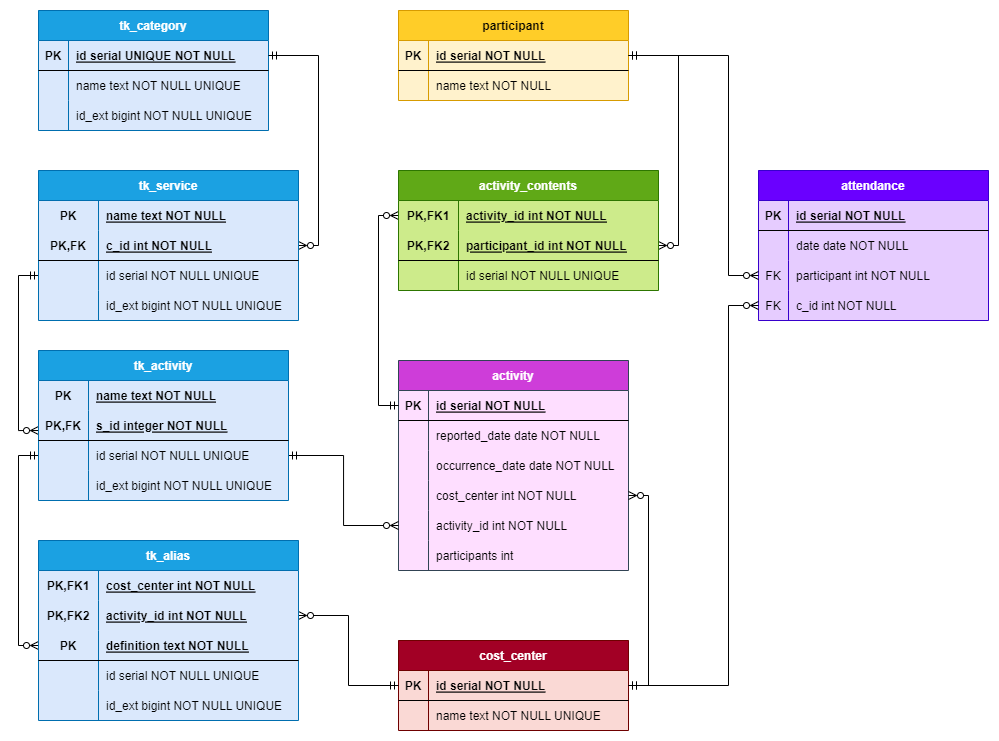
Earlier version of the draw.io export diagram.png (maussm/Database). Source tidied: cells renumbered, new cells last; positions are measured from the earlier drawing's top-left corner, leaving out a move shared by most shapes.
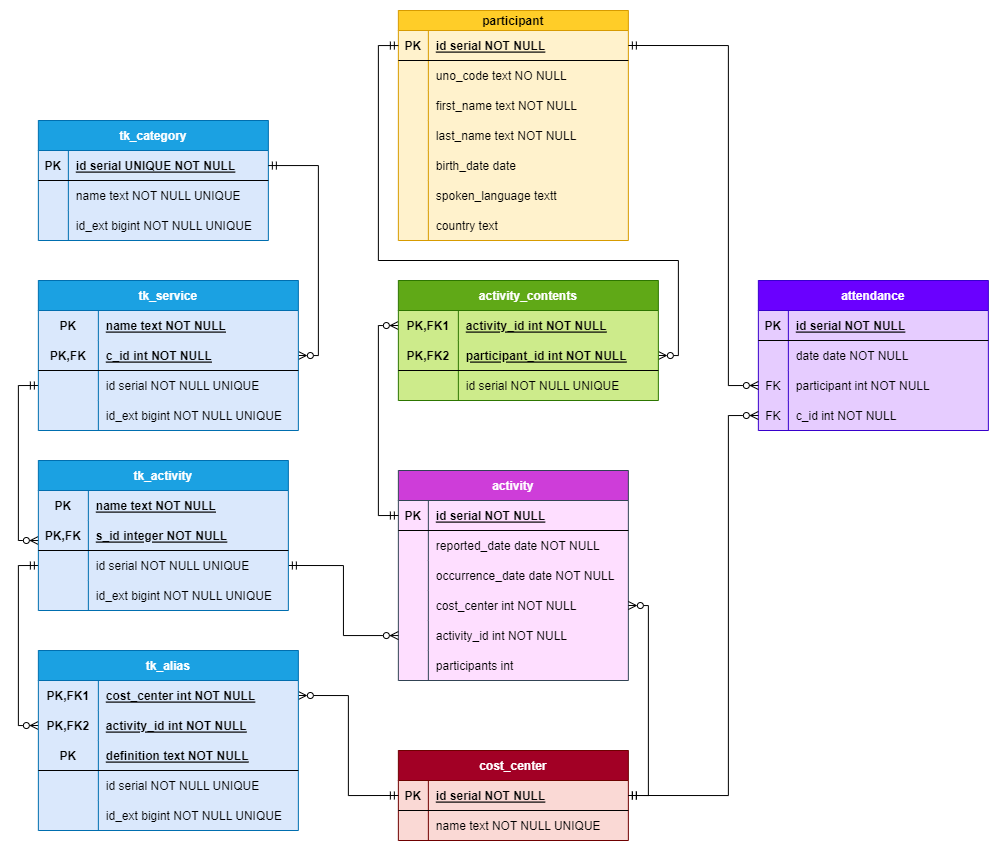
After the change.

Commit message:
Uppdaterad bild

What changed in the source:
```diff
@@ -53,11 +53,11 @@
     <mxCell id="18" value="name text NOT NULL UNIQUE" style="shape=partialRectangle;overflow=hidden;fillColor=none;align=left;top=0;left=0;bottom=0;right=0;spacingLeft=6;" parent="16" vertex="1">
       <mxGeometry x="30" width="200" height="30" as="geometry" />
     </mxCell>
-    <mxCell id="19" value="participant" style="shape=table;startSize=30;rowLines=0;fontStyle=1;align=center;fillColor=#ffcd28;strokeColor=#d79b00;gradientColor=none;swimlaneFillColor=#FFF2CC;" parent="1" vertex="1">
-      <mxGeometry x="360" width="230" height="90" as="geometry" />
+    <mxCell id="19" value="participant" style="shape=table;startSize=20;rowLines=0;fontStyle=1;align=center;fillColor=#ffcd28;strokeColor=#d79b00;gradientColor=none;swimlaneFillColor=#FFF2CC;" parent="1" vertex="1">
+      <mxGeometry x="360" y="-110" width="230" height="230" as="geometry" />
     </mxCell>
     <mxCell id="20" style="shape=tableRow;horizontal=0;startSize=0;swimlaneHead=0;swimlaneBody=0;fillColor=none;points=[[0,0.5],[1,0.5]];portConstraint=eastwest;top=0;left=0;right=0;bottom=1;" parent="19" vertex="1">
-      <mxGeometry y="30" width="230" height="30" as="geometry" />
+      <mxGeometry y="20" width="230" height="30" as="geometry" />
     </mxCell>
     <mxCell id="21" value="PK" style="shape=partialRectangle;overflow=hidden;fillColor=none;top=0;left=0;bottom=0;right=0;fontStyle=1;" parent="20" vertex="1">
       <mxGeometry width="30" height="30" as="geometry" />
@@ -65,15 +65,60 @@
     <mxCell id="22" value="id serial NOT NULL" style="shape=partialRectangle;overflow=hidden;fillColor=none;align=left;top=0;left=0;bottom=0;right=0;spacingLeft=6;fontStyle=5;" parent="20" vertex="1">
       <mxGeometry x="30" width="200" height="30" as="geometry" />
     </mxCell>
+    <mxCell id="120" style="shape=tableRow;horizontal=0;startSize=0;swimlaneHead=0;swimlaneBody=0;fillColor=none;top=0;left=0;right=0;bottom=0;" parent="19" vertex="1">
+      <mxGeometry y="50" width="230" height="30" as="geometry" />
+    </mxCell>
+    <mxCell id="121" style="shape=partialRectangle;overflow=hidden;fillColor=none;top=0;left=0;bottom=0;right=0;" parent="120" vertex="1">
+      <mxGeometry width="30" height="30" as="geometry" />
+    </mxCell>
+    <mxCell id="122" value="uno_code text NO NULL" style="shape=partialRectangle;overflow=hidden;fillColor=none;align=left;top=0;left=0;bottom=0;right=0;spacingLeft=6;" parent="120" vertex="1">
+      <mxGeometry x="30" width="200" height="30" as="geometry" />
+    </mxCell>
+    <mxCell id="123" style="shape=tableRow;horizontal=0;startSize=0;swimlaneHead=0;swimlaneBody=0;fillColor=none;top=0;left=0;right=0;bottom=0;" parent="19" vertex="1">
+      <mxGeometry y="80" width="230" height="30" as="geometry" />
+    </mxCell>
+    <mxCell id="124" style="shape=partialRectangle;overflow=hidden;fillColor=none;top=0;left=0;bottom=0;right=0;" parent="123" vertex="1">
+      <mxGeometry width="30" height="30" as="geometry" />
+    </mxCell>
+    <mxCell id="125" value="first_name text NOT NULL" style="shape=partialRectangle;overflow=hidden;fillColor=none;align=left;top=0;left=0;bottom=0;right=0;spacingLeft=6;" parent="123" vertex="1">
+      <mxGeometry x="30" width="200" height="30" as="geometry" />
+    </mxCell>
     <mxCell id="23" style="shape=tableRow;horizontal=0;startSize=0;swimlaneHead=0;swimlaneBody=0;fillColor=none;top=0;left=0;right=0;bottom=0;" parent="19" vertex="1">
-      <mxGeometry y="60" width="230" height="30" as="geometry" />
+      <mxGeometry y="110" width="230" height="30" as="geometry" />
     </mxCell>
     <mxCell id="24" style="shape=partialRectangle;overflow=hidden;fillColor=none;top=0;left=0;bottom=0;right=0;" parent="23" vertex="1">
       <mxGeometry width="30" height="30" as="geometry" />
     </mxCell>
-    <mxCell id="25" value="name text NOT NULL" style="shape=partialRectangle;overflow=hidden;fillColor=none;align=left;top=0;left=0;bottom=0;right=0;spacingLeft=6;" parent="23" vertex="1">
+    <mxCell id="25" value="last_name text NOT NULL" style="shape=partialRectangle;overflow=hidden;fillColor=none;align=left;top=0;left=0;bottom=0;right=0;spacingLeft=6;" parent="23" vertex="1">
       <mxGeometry x="30" width="200" height="30" as="geometry" />
     </mxCell>
+    <mxCell id="126" style="shape=tableRow;horizontal=0;startSize=0;swimlaneHead=0;swimlaneBody=0;fillColor=none;top=0;left=0;right=0;bottom=0;" parent="19" vertex="1">
+      <mxGeometry y="140" width="230" height="30" as="geometry" />
+    </mxCell>
+    <mxCell id="127" style="shape=partialRectangle;overflow=hidden;fillColor=none;top=0;left=0;bottom=0;right=0;" parent="126" vertex="1">
+      <mxGeometry width="30" height="30" as="geometry" />
+    </mxCell>
+    <mxCell id="128" value="birth_date date" style="shape=partialRectangle;overflow=hidden;fillColor=none;align=left;top=0;left=0;bottom=0;right=0;spacingLeft=6;" parent="126" vertex="1">
+      <mxGeometry x="30" width="200" height="30" as="geometry" />
+    </mxCell>
+    <mxCell id="129" style="shape=tableRow;horizontal=0;startSize=0;swimlaneHead=0;swimlaneBody=0;fillColor=none;top=0;left=0;right=0;bottom=0;" parent="19" vertex="1">
+      <mxGeometry y="170" width="230" height="30" as="geometry" />
+    </mxCell>
+    <mxCell id="130" style="shape=partialRectangle;overflow=hidden;fillColor=none;top=0;left=0;bottom=0;right=0;" parent="129" vertex="1">
+      <mxGeometry width="30" height="30" as="geometry" />
+    </mxCell>
+    <mxCell id="131" value="spoken_language textt" style="shape=partialRectangle;overflow=hidden;fillColor=none;align=left;top=0;left=0;bottom=0;right=0;spacingLeft=6;" parent="129" vertex="1">
+      <mxGeometry x="30" width="200" height="30" as="geometry" />
+    </mxCell>
+    <mxCell id="132" style="shape=tableRow;horizontal=0;startSize=0;swimlaneHead=0;swimlaneBody=0;fillColor=none;top=0;left=0;right=0;bottom=0;" parent="19" vertex="1">
+      <mxGeometry y="200" width="230" height="30" as="geometry" />
+    </mxCell>
+    <mxCell id="133" style="shape=partialRectangle;overflow=hidden;fillColor=none;top=0;left=0;bottom=0;right=0;" parent="132" vertex="1">
+      <mxGeometry width="30" height="30" as="geometry" />
+    </mxCell>
+    <mxCell id="134" value="country text" style="shape=partialRectangle;overflow=hidden;fillColor=none;align=left;top=0;left=0;bottom=0;right=0;spacingLeft=6;" parent="132" vertex="1">
+      <mxGeometry x="30" width="200" height="30" as="geometry" />
+    </mxCell>
     <mxCell id="26" value="activity" style="shape=table;startSize=30;rowLines=0;fontStyle=1;align=center;fillColor=#CE3DD9;strokeColor=#314354;swimlaneFillColor=#FEDEFF;fontColor=#ffffff;" parent="1" vertex="1">
       <mxGeometry x="360" y="350" width="230" height="210" as="geometry" />
     </mxCell>
@@ -132,7 +177,14 @@
       <mxGeometry x="30" width="200" height="30" as="geometry" />
     </mxCell>
     <mxCell id="45" style="edgeStyle=orthogonalEdgeStyle;rounded=0;jettySize=auto;html=1;startArrow=ERzeroToMany;startFill=0;endArrow=ERmandOne;endFill=0;exitX=1;exitY=0.5;exitDx=0;exitDy=0;" parent="1" edge="1" source="99" target="20">
-      <mxGeometry relative="1" as="geometry" />
+      <mxGeometry relative="1" as="geometry">
+        <Array as="points">
+          <mxPoint x="640" y="235" />
+          <mxPoint x="640" y="140" />
+          <mxPoint x="340" y="140" />
+          <mxPoint x="340" y="-75" />
+        </Array>
+      </mxGeometry>
     </mxCell>
     <mxCell id="46" style="edgeStyle=orthogonalEdgeStyle;rounded=0;jettySize=auto;html=1;endArrow=ERmandOne;endFill=0;startArrow=ERzeroToMany;startFill=0;exitX=1;exitY=0.5;exitDx=0;exitDy=0;" parent="1" edge="1" source="73" target="3">
       <mxGeometry relative="1" as="geometry" />
@@ -140,10 +192,10 @@
     <mxCell id="47" style="rounded=0;jettySize=auto;html=1;startArrow=ERzeroToMany;startFill=0;endArrow=ERmandOne;endFill=0;entryX=0;entryY=0.5;entryDx=0;entryDy=0;exitX=0;exitY=0.667;exitDx=0;exitDy=0;exitPerimeter=0;edgeStyle=orthogonalEdgeStyle;" parent="1" edge="1" source="86" target="76">
       <mxGeometry relative="1" as="geometry" />
     </mxCell>
-    <mxCell id="48" style="edgeStyle=orthogonalEdgeStyle;rounded=0;jettySize=auto;html=1;entryX=0;entryY=0.5;entryDx=0;entryDy=0;startArrow=ERzeroToMany;startFill=0;endArrow=ERmandOne;endFill=0;exitX=1;exitY=0.5;exitDx=0;exitDy=0;" parent="1" edge="1" source="57" target="13">
+    <mxCell id="48" style="edgeStyle=orthogonalEdgeStyle;rounded=0;jettySize=auto;html=1;entryX=0;entryY=0.5;entryDx=0;entryDy=0;startArrow=ERzeroToMany;startFill=0;endArrow=ERmandOne;endFill=0;exitX=1;exitY=0.5;exitDx=0;exitDy=0;" parent="1" edge="1" source="54" target="13">
       <mxGeometry relative="1" as="geometry" />
     </mxCell>
-    <mxCell id="49" style="rounded=0;jettySize=auto;html=1;startArrow=ERzeroToMany;startFill=0;endArrow=ERmandOne;endFill=0;exitX=0;exitY=0.5;exitDx=0;exitDy=0;entryX=0;entryY=0.5;entryDx=0;entryDy=0;edgeStyle=orthogonalEdgeStyle;" parent="1" edge="1" source="60" target="89">
+    <mxCell id="49" style="rounded=0;jettySize=auto;html=1;startArrow=ERzeroToMany;startFill=0;endArrow=ERmandOne;endFill=0;exitX=0;exitY=0.5;exitDx=0;exitDy=0;entryX=0;entryY=0.5;entryDx=0;entryDy=0;edgeStyle=orthogonalEdgeStyle;" parent="1" edge="1" source="57" target="89">
       <mxGeometry relative="1" as="geometry" />
     </mxCell>
     <mxCell id="50" style="edgeStyle=orthogonalEdgeStyle;rounded=0;jettySize=auto;html=1;startArrow=ERzeroToMany;startFill=0;endArrow=ERmandOne;endFill=0;entryX=1;entryY=0.5;entryDx=0;entryDy=0;exitX=1;exitY=0.5;exitDx=0;exitDy=0;" parent="1" edge="1" source="36" target="13">
@@ -362,7 +414,7 @@
       <mxGeometry relative="1" as="geometry">
         <Array as="points">
           <mxPoint x="690" y="265" />
-          <mxPoint x="690" y="45" />
+          <mxPoint x="690" y="-75" />
         </Array>
       </mxGeometry>
     </mxCell>
```
